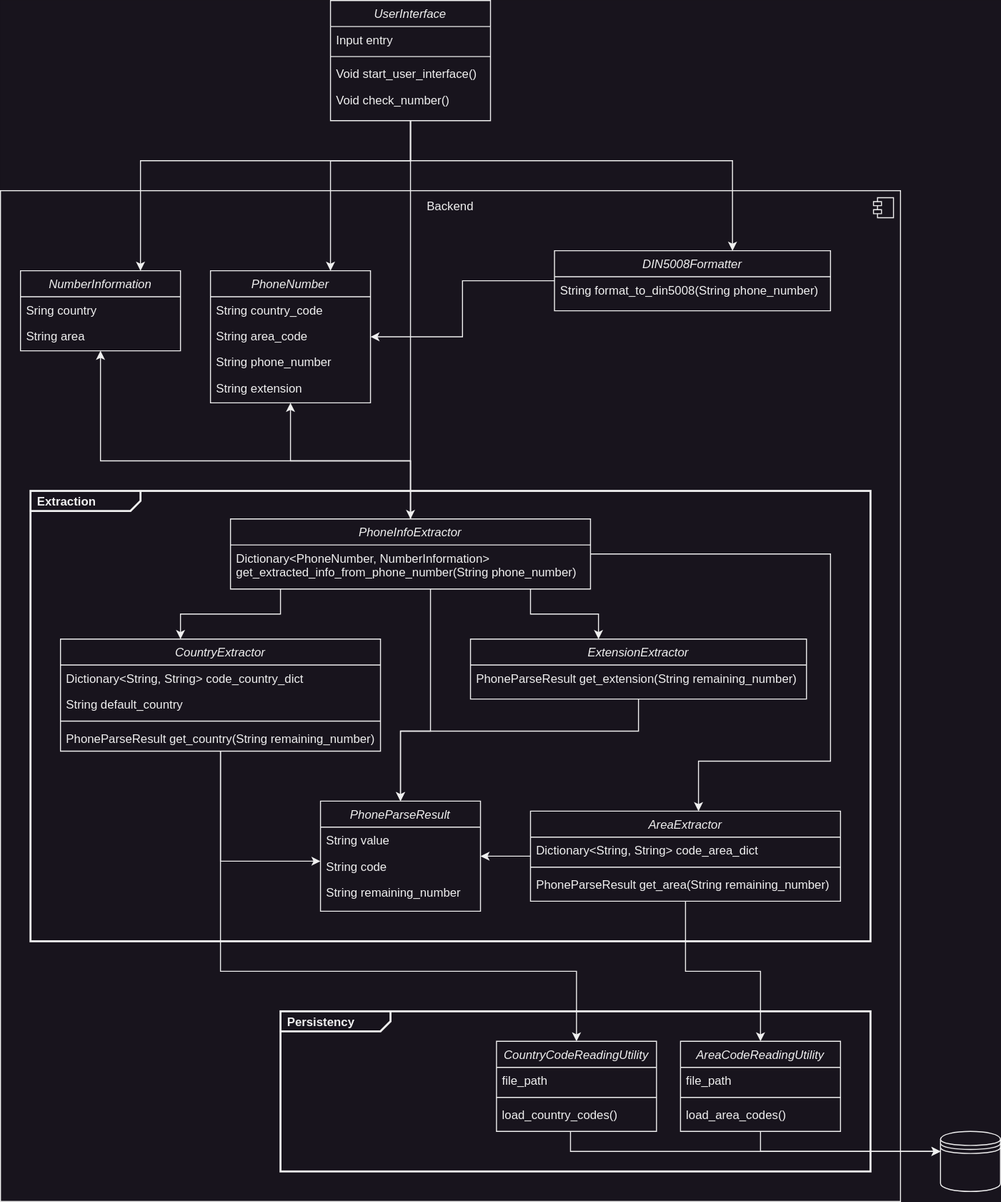
Earlier version of the draw.io export TelefonnummernKlassendiagramm.svg (JonathanFleischmann/Telefonnummern). Source tidied: cells renumbered, new cells last; positions are measured from the earlier drawing's top-left corner, leaving out a move shared by most shapes.
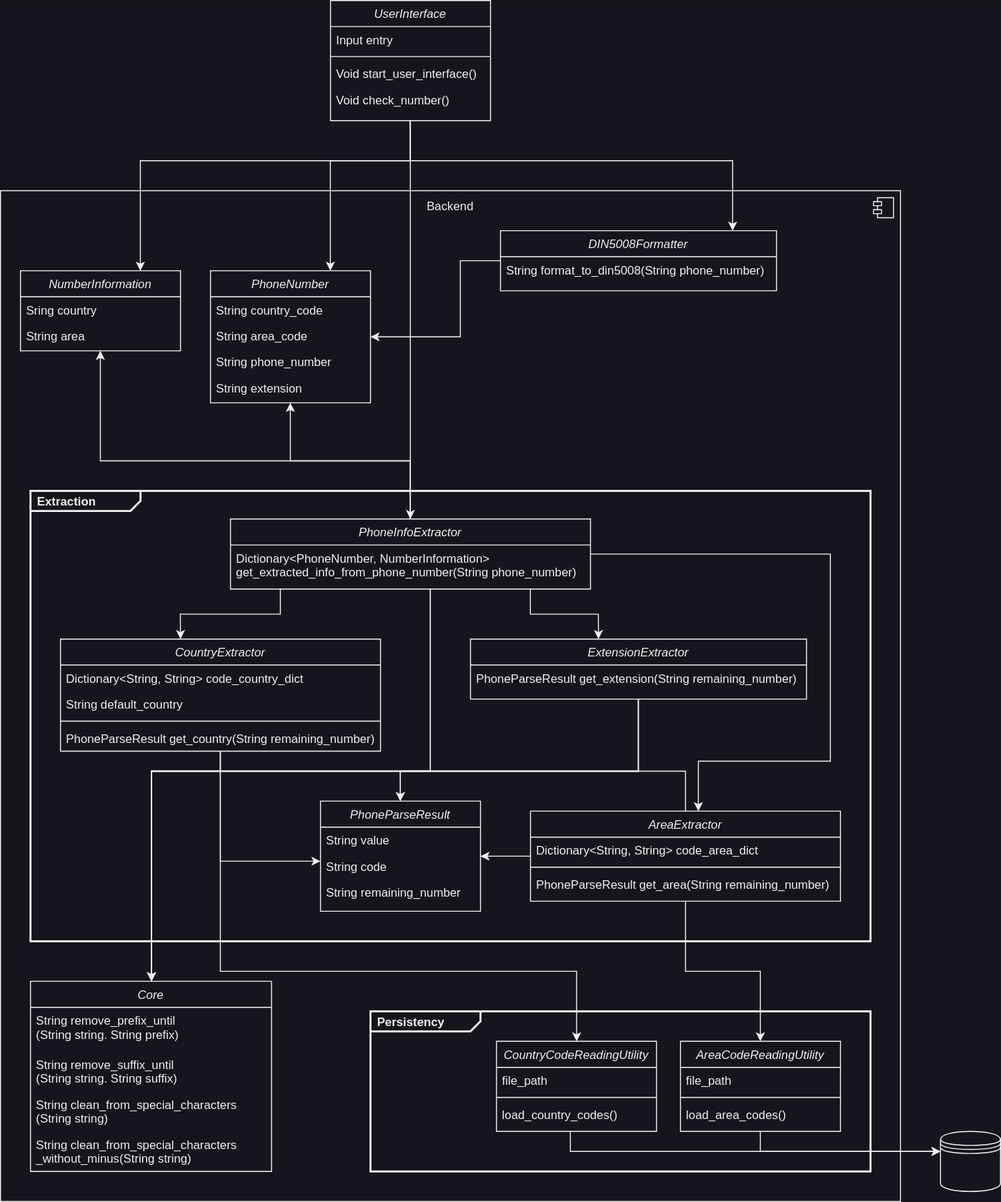
After the commit.

What changed in the source:
```diff
@@ -14,7 +14,7 @@
       <mxGeometry x="30" y="490" width="840" height="450" as="geometry" />
     </mxCell>
     <mxCell id="5" value="&lt;p style=&quot;margin:0px;margin-top:4px;margin-left:7px;text-align:left;&quot;&gt;&lt;b&gt;Persistency&lt;/b&gt;&lt;/p&gt;" style="html=1;shape=mxgraph.sysml.package;overflow=fill;labelX=110;strokeWidth=2;align=center;" parent="1" vertex="1">
-      <mxGeometry x="280" y="1010" width="590" height="160" as="geometry" />
+      <mxGeometry x="370" y="1010" width="500" height="160" as="geometry" />
     </mxCell>
     <mxCell id="6" value="PhoneNumber" style="swimlane;fontStyle=2;align=center;verticalAlign=top;horizontal=1;startSize=26;rounded=0;shadow=0;strokeWidth=1;" parent="1" vertex="1">
       <mxGeometry x="210" y="270" width="160" height="132" as="geometry" />
@@ -65,6 +65,14 @@
         </Array>
       </mxGeometry>
     </mxCell>
+    <mxCell id="65" style="edgeStyle=orthogonalEdgeStyle;rounded=0;jettySize=auto;html=1;" parent="1" edge="1" source="18" target="70">
+      <mxGeometry relative="1" as="geometry">
+        <Array as="points">
+          <mxPoint x="220" y="770" />
+          <mxPoint x="151" y="770" />
+        </Array>
+      </mxGeometry>
+    </mxCell>
     <mxCell id="18" value="CountryExtractor" style="swimlane;fontStyle=2;align=center;verticalAlign=top;horizontal=1;startSize=26;rounded=0;shadow=0;strokeWidth=1;" parent="1" vertex="1">
       <mxGeometry x="60" y="638" width="320" height="112" as="geometry" />
     </mxCell>
@@ -118,6 +126,14 @@
         </Array>
       </mxGeometry>
     </mxCell>
+    <mxCell id="66" style="edgeStyle=orthogonalEdgeStyle;rounded=0;jettySize=auto;html=1;" parent="1" edge="1" source="31" target="70">
+      <mxGeometry relative="1" as="geometry">
+        <Array as="points">
+          <mxPoint x="685" y="770" />
+          <mxPoint x="151" y="770" />
+        </Array>
+      </mxGeometry>
+    </mxCell>
     <mxCell id="31" value="AreaExtractor" style="swimlane;fontStyle=2;align=center;verticalAlign=top;horizontal=1;startSize=26;rounded=0;shadow=0;strokeWidth=1;" parent="1" vertex="1">
       <mxGeometry x="530" y="810" width="310" height="90" as="geometry" />
     </mxCell>
@@ -145,11 +161,27 @@
     <mxCell id="39" style="edgeStyle=orthogonalEdgeStyle;rounded=0;jettySize=auto;html=1;" parent="1" edge="1" source="40" target="35">
       <mxGeometry relative="1" as="geometry">
         <Array as="points">
-          <mxPoint x="638" y="730" />
-          <mxPoint x="400" y="730" />
+          <mxPoint x="638" y="770" />
+          <mxPoint x="400" y="770" />
         </Array>
       </mxGeometry>
     </mxCell>
+    <mxCell id="67" style="edgeStyle=orthogonalEdgeStyle;rounded=0;jettySize=auto;html=1;" parent="1" edge="1" source="40" target="70">
+      <mxGeometry relative="1" as="geometry">
+        <Array as="points">
+          <mxPoint x="638" y="770" />
+          <mxPoint x="151" y="770" />
+        </Array>
+      </mxGeometry>
+    </mxCell>
+    <mxCell id="68" style="edgeStyle=orthogonalEdgeStyle;rounded=0;jettySize=auto;html=1;" parent="1" edge="1" source="40" target="70">
+      <mxGeometry relative="1" as="geometry">
+        <Array as="points">
+          <mxPoint x="638" y="770" />
+          <mxPoint x="151" y="770" />
+        </Array>
+      </mxGeometry>
+    </mxCell>
     <mxCell id="40" value="ExtensionExtractor" style="swimlane;fontStyle=2;align=center;verticalAlign=top;horizontal=1;startSize=26;rounded=0;shadow=0;strokeWidth=1;" parent="1" vertex="1">
       <mxGeometry x="470" y="638" width="336" height="60" as="geometry" />
     </mxCell>
@@ -186,8 +218,8 @@
     <mxCell id="45" style="edgeStyle=orthogonalEdgeStyle;rounded=0;jettySize=auto;html=1;" parent="1" edge="1" source="48" target="35">
       <mxGeometry relative="1" as="geometry">
         <Array as="points">
-          <mxPoint x="430" y="730" />
-          <mxPoint x="400" y="730" />
+          <mxPoint x="430" y="770" />
+          <mxPoint x="400" y="770" />
         </Array>
       </mxGeometry>
     </mxCell>
@@ -202,6 +234,14 @@
         </Array>
       </mxGeometry>
     </mxCell>
+    <mxCell id="69" style="edgeStyle=orthogonalEdgeStyle;rounded=0;jettySize=auto;html=1;" parent="1" edge="1" source="48" target="70">
+      <mxGeometry relative="1" as="geometry">
+        <Array as="points">
+          <mxPoint x="430" y="770" />
+          <mxPoint x="151" y="770" />
+        </Array>
+      </mxGeometry>
+    </mxCell>
     <mxCell id="48" value="PhoneInfoExtractor" style="swimlane;fontStyle=2;align=center;verticalAlign=top;horizontal=1;startSize=26;rounded=0;shadow=0;strokeWidth=1;" parent="1" vertex="1">
       <mxGeometry x="230" y="518" width="360" height="70" as="geometry" />
     </mxCell>
@@ -209,10 +249,15 @@
       <mxGeometry y="26" width="360" height="44" as="geometry" />
     </mxCell>
     <mxCell id="50" style="edgeStyle=orthogonalEdgeStyle;rounded=0;jettySize=auto;html=1;" parent="1" edge="1" source="51" target="6">
-      <mxGeometry relative="1" as="geometry" />
+      <mxGeometry relative="1" as="geometry">
+        <Array as="points">
+          <mxPoint x="460" y="260" />
+          <mxPoint x="460" y="336" />
+        </Array>
+      </mxGeometry>
     </mxCell>
     <mxCell id="51" value="DIN5008Formatter" style="swimlane;fontStyle=2;align=center;verticalAlign=top;horizontal=1;startSize=26;rounded=0;shadow=0;strokeWidth=1;" parent="1" vertex="1">
-      <mxGeometry x="554" y="250" width="276" height="60" as="geometry" />
+      <mxGeometry x="500" y="230" width="276" height="60" as="geometry" />
     </mxCell>
     <mxCell id="52" value="String format_to_din5008(String phone_number)" style="text;align=left;verticalAlign=top;spacingLeft=4;spacingRight=4;overflow=hidden;whiteSpace=wrap;" parent="51" vertex="1">
       <mxGeometry y="26" width="276" height="24" as="geometry" />
@@ -273,5 +318,20 @@
     <mxCell id="64" value="String area" style="text;align=left;verticalAlign=top;spacingLeft=4;spacingRight=4;overflow=hidden;" parent="62" vertex="1">
       <mxGeometry y="52" width="160" height="26" as="geometry" />
     </mxCell>
+    <mxCell id="70" value="Core" style="swimlane;fontStyle=2;align=center;verticalAlign=top;horizontal=1;startSize=26;rounded=0;shadow=0;strokeWidth=1;whiteSpace=wrap;" parent="1" vertex="1">
+      <mxGeometry x="30" y="980" width="241" height="190" as="geometry" />
+    </mxCell>
+    <mxCell id="71" value="String remove_prefix_until&#10;(String string. String prefix)" style="text;align=left;verticalAlign=top;spacingLeft=4;spacingRight=4;overflow=hidden;" parent="70" vertex="1">
+      <mxGeometry y="26" width="241" height="44" as="geometry" />
+    </mxCell>
+    <mxCell id="72" value="String remove_suffix_until&#10;(String string. String suffix)" style="text;align=left;verticalAlign=top;spacingLeft=4;spacingRight=4;overflow=hidden;" parent="70" vertex="1">
+      <mxGeometry y="70" width="241" height="40" as="geometry" />
+    </mxCell>
+    <mxCell id="73" value="String clean_from_special_characters&#10;(String string)" style="text;align=left;verticalAlign=top;spacingLeft=4;spacingRight=4;overflow=hidden;" parent="70" vertex="1">
+      <mxGeometry y="110" width="241" height="40" as="geometry" />
+    </mxCell>
+    <mxCell id="74" value="String clean_from_special_characters&#10;_without_minus(String string)" style="text;align=left;verticalAlign=top;spacingLeft=4;spacingRight=4;overflow=hidden;" parent="70" vertex="1">
+      <mxGeometry y="150" width="241" height="40" as="geometry" />
+    </mxCell>
   </root>
 </mxGraphModel>
```
